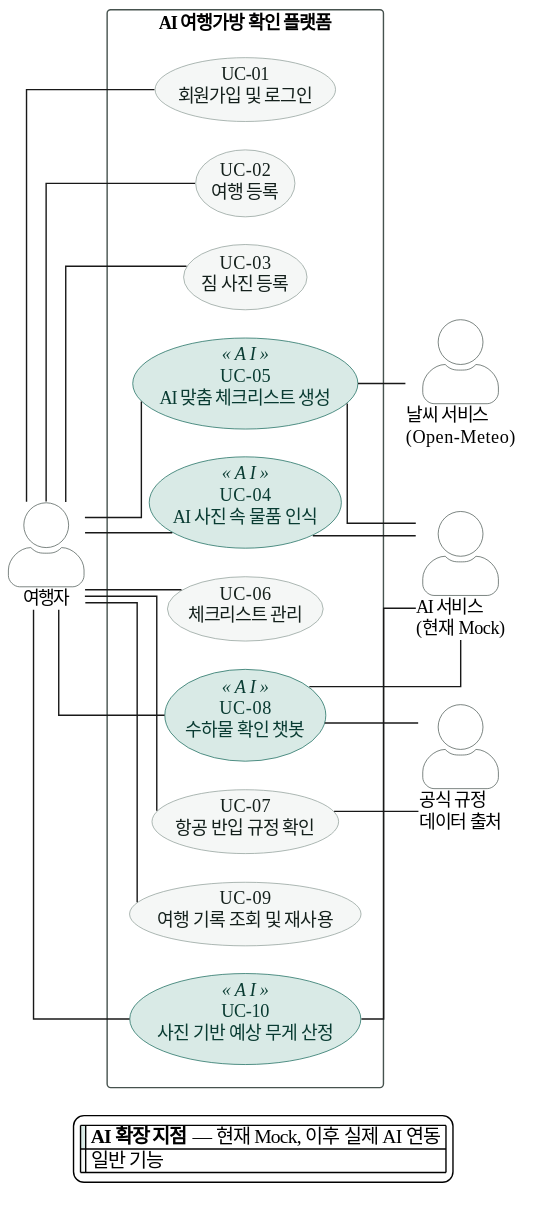
Before: docs/images/02-usecase.svg, a diagram exported from PlantUML (SangMyeong5426/skala-mini-ai-web-service).
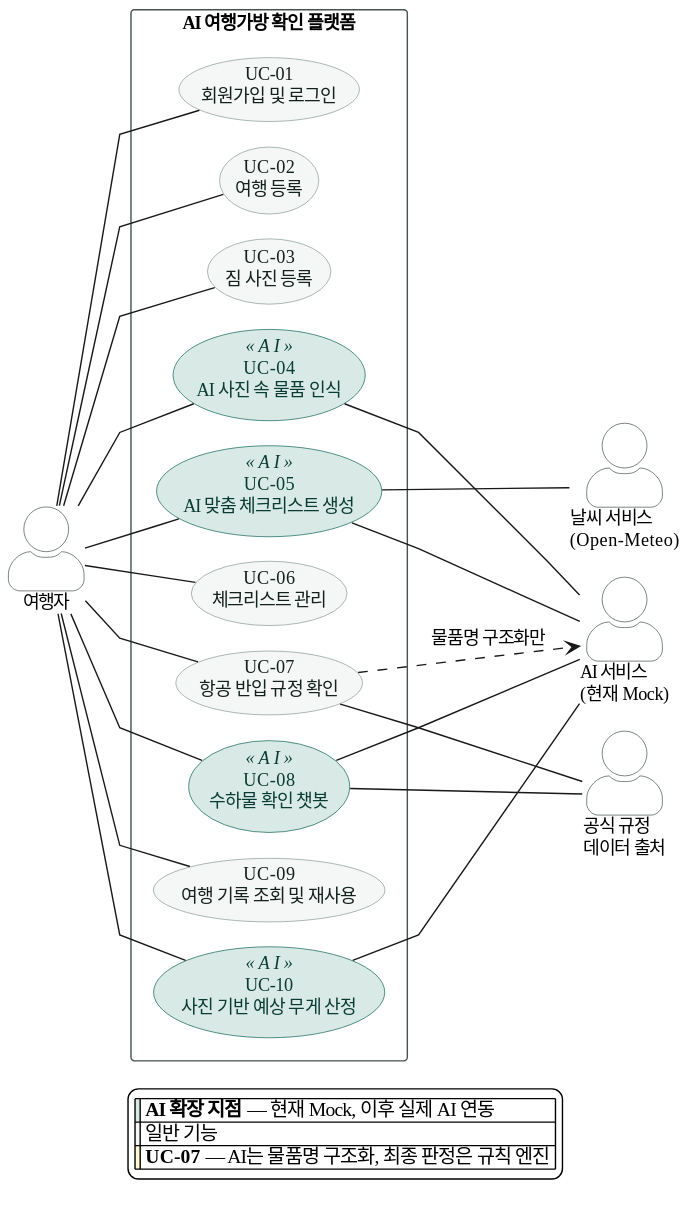
Above is the later version.

Change to the diagram source:
```diff
@@ -3,9 +3,9 @@
 left to right direction
 skinparam backgroundColor #FFFFFF
 skinparam shadowing false
-skinparam linetype ortho
-skinparam nodesep 20
-skinparam ranksep 25
+skinparam linetype polyline
+skinparam nodesep 18
+skinparam ranksep 32
 skinparam defaultFontName "Apple SD Gothic Neo"
 skinparam defaultFontSize 13
 skinparam actorStyle awesome
@@ -41,15 +41,6 @@
   usecase "UC-09\n여행 기록 조회 및 재사용" as UC09
   usecase "UC-10\n사진 기반 예상 무게 산정" as UC10 <<AI>>
 
-  UC10 -[hidden]right- UC09
-  UC09 -[hidden]right- UC08
-  UC08 -[hidden]right- UC07
-  UC07 -[hidden]right- UC06
-  UC06 -[hidden]right- UC05
-  UC05 -[hidden]right- UC04
-  UC04 -[hidden]right- UC03
-  UC03 -[hidden]right- UC02
-  UC02 -[hidden]right- UC01
 }
 
 actor "AI 서비스\n(현재 Mock)" as AI
@@ -69,6 +60,7 @@
 
 UC04 -- AI
 UC05 -- AI
+UC07 ..> AI : 물품명 구조화만
 UC08 -- AI
 UC10 -- AI
 UC05 -- WEATHER
@@ -78,5 +70,6 @@
 legend bottom
   |<#D9EAE6>| **AI 확장 지점** — 현재 Mock, 이후 실제 AI 연동 |
   |<#F5F7F6>| 일반 기능 |
+  |<#FFF8D5>| **UC-07** — AI는 물품명 구조화, 최종 판정은 규칙 엔진 |
 endlegend
 @enduml
```
